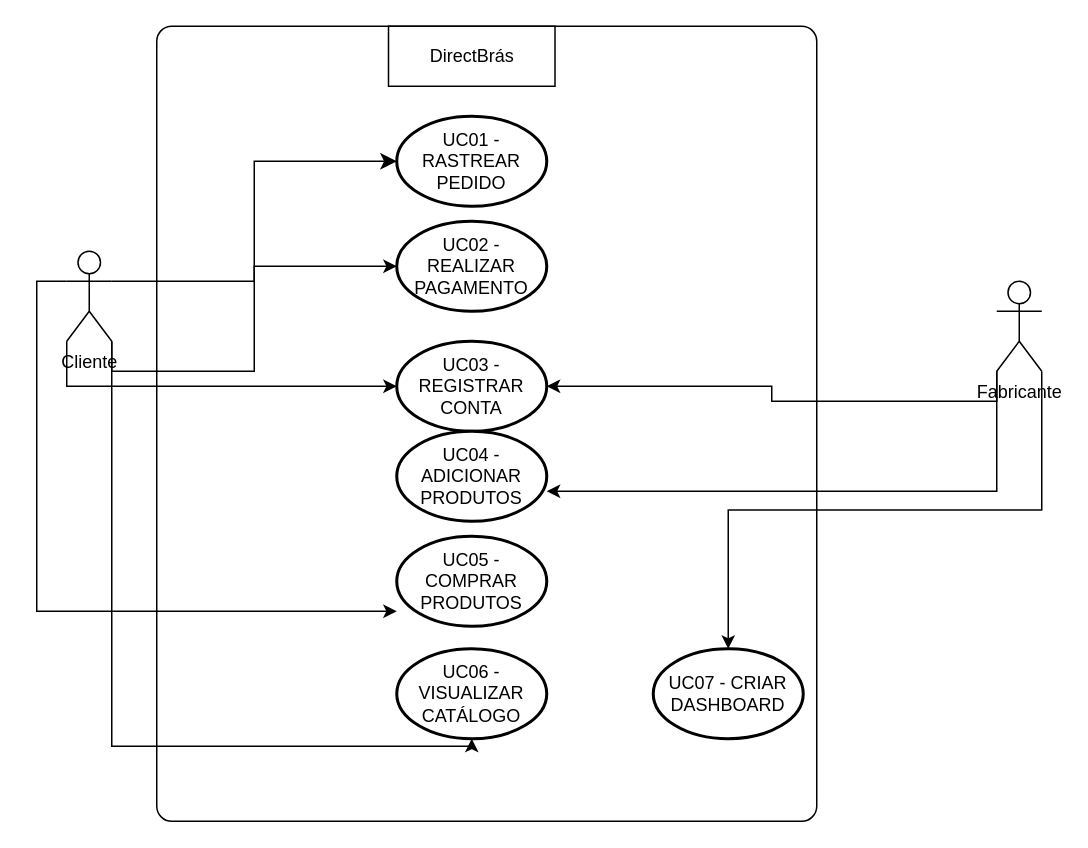
Before: diagrama de caso de uso.drawio in PedroAP2/Projeto-EngenhariaDaComputacao, a draw.io diagram. Source tidied: cells renumbered, new cells numbered last; positions are measured from the earlier drawing's top-left corner, leaving out a move shared by most shapes. Both pictures are drawn from the tidied source at 150%, with x=0, y=0 at pixel (36, 26).
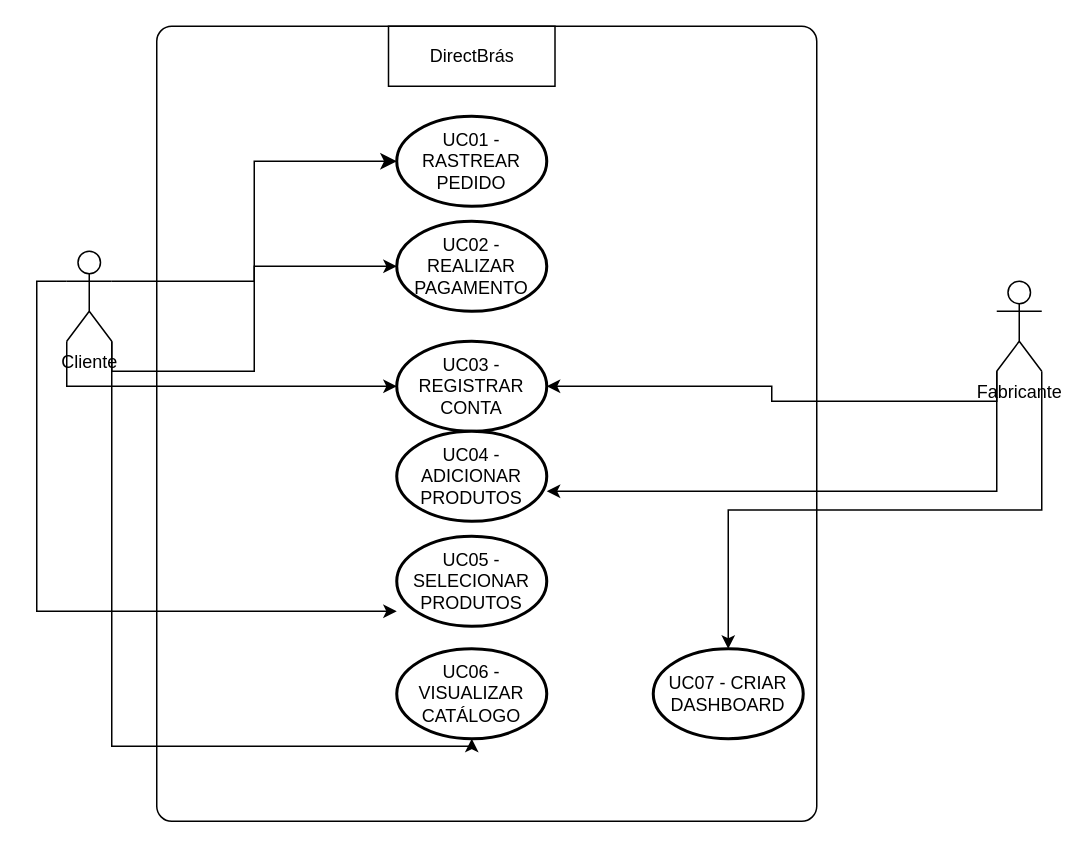
The same diagram, later.

Unchanged cells that the change refers to:
```xml
<mxCell id="2" style="shape=mxgraph.bpmn.task;whiteSpace=wrap;rectStyle=rounded;size=10;html=1;taskMarker=abstract;" parent="1" vertex="1">
  <mxGeometry x="80" width="440" height="530" as="geometry" />
</mxCell>
```

What changed in the source:
```diff
@@
-    <mxCell id="7" value="UC05 - COMPRAR PRODUTOS" style="strokeWidth=2;html=1;shape=mxgraph.flowchart.start_1;whiteSpace=wrap;" parent="2" vertex="1">
+    <mxCell id="7" value="UC05 - SELECIONAR&lt;br&gt;PRODUTOS" style="strokeWidth=2;html=1;shape=mxgraph.flowchart.start_1;whiteSpace=wrap;" parent="2" vertex="1">
       <mxGeometry x="160" y="340" width="100" height="60" as="geometry" />
     </mxCell>
```
